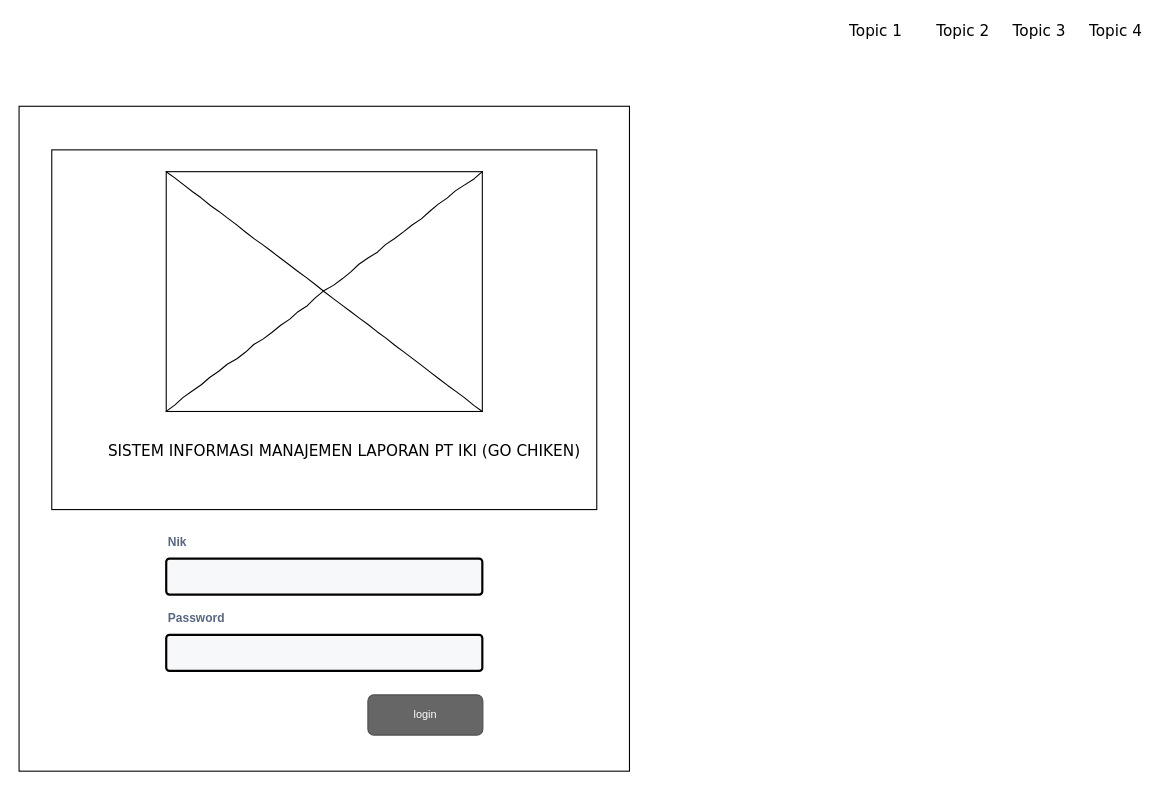
Above: diagram/rancangan_layar/rancangan_login.drawio in mqnoy/kakapeh (draw.io), before the change. Source tidied: cells renumbered, new cells numbered last; positions are measured from the earlier drawing's top-left corner, leaving out a move shared by most shapes. Both pictures are drawn from the tidied source at 109%, with x=0, y=0 at pixel (19, 19).
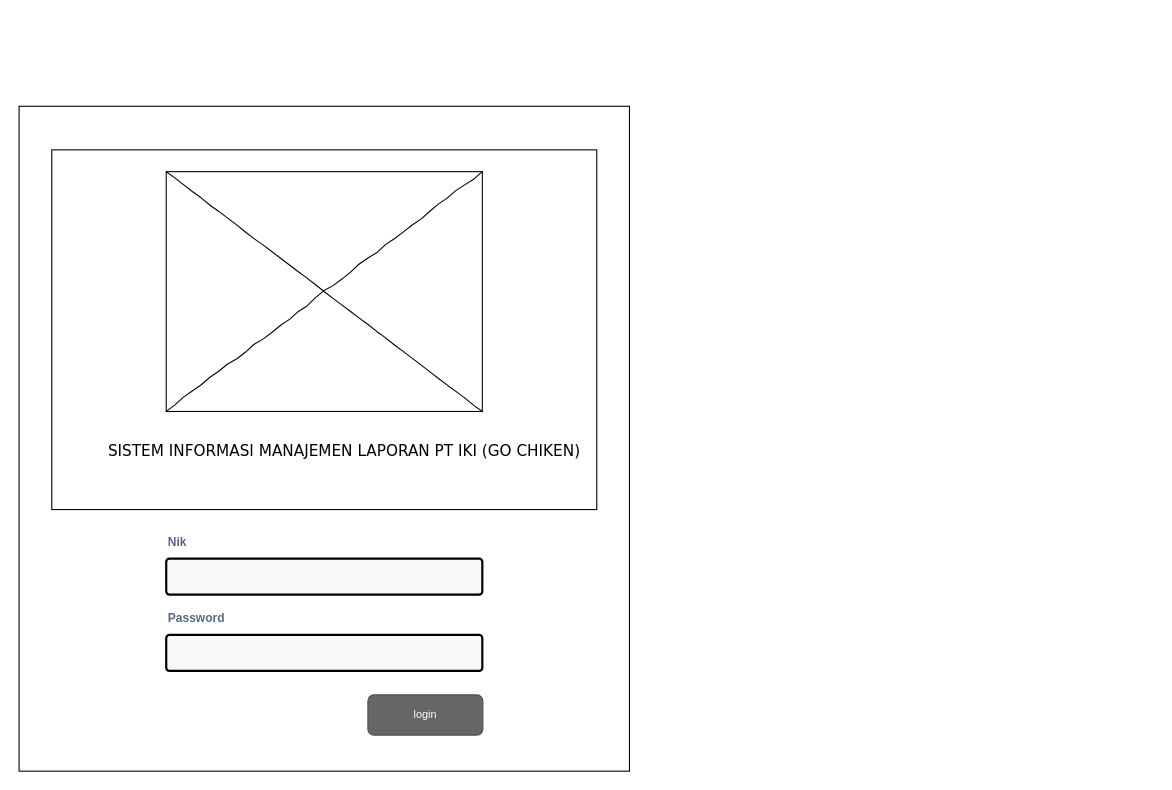
After the change.

What changed in the source:
```diff
@@
 <mxGraphModel background="#ffffff">
   <root>
     <mxCell id="0" />
     <mxCell id="1" parent="0" />
     <mxCell id="2" style="whiteSpace=wrap;html=1;rounded=0;shadow=0;labelBackgroundColor=none;strokeColor=#000000;strokeWidth=1;fillColor=none;fontFamily=Verdana;fontSize=12;fontColor=#000000;align=center;comic=0;" parent="1" vertex="1">
       <mxGeometry y="80" width="560" height="610" as="geometry" />
     </mxCell>
-    <mxCell id="3" value="Topic 1" style="text;html=1;align=left;verticalAlign=top;spacingTop=-4;fontSize=14;fontFamily=Verdana;" parent="1" vertex="1">
-      <mxGeometry x="760" width="60" height="20" as="geometry" />
-    </mxCell>
-    <mxCell id="4" value="Topic 2" style="text;html=1;align=left;verticalAlign=top;spacingTop=-4;fontSize=14;fontFamily=Verdana;" parent="1" vertex="1">
-      <mxGeometry x="840" width="60" height="20" as="geometry" />
-    </mxCell>
-    <mxCell id="5" value="Topic 3" style="text;html=1;align=left;verticalAlign=top;spacingTop=-4;fontSize=14;fontFamily=Verdana;" parent="1" vertex="1">
-      <mxGeometry x="910" width="60" height="20" as="geometry" />
-    </mxCell>
-    <mxCell id="6" value="Topic 4" style="text;html=1;align=left;verticalAlign=top;spacingTop=-4;fontSize=14;fontFamily=Verdana;" parent="1" vertex="1">
-      <mxGeometry x="980" width="60" height="20" as="geometry" />
-    </mxCell>
     <mxCell id="7" style="whiteSpace=wrap;html=1;rounded=0;shadow=0;labelBackgroundColor=none;strokeWidth=1;fillColor=none;fontFamily=Verdana;fontSize=12;align=center;comic=0;" parent="1" vertex="1">
       <mxGeometry x="30" y="120" width="500" height="330" as="geometry" />
     </mxCell>
     <mxCell id="8" value="SISTEM INFORMASI MANAJEMEN LAPORAN PT IKI (GO CHIKEN)" style="text;html=1;align=left;verticalAlign=top;spacingTop=-4;fontSize=14;fontFamily=Verdana;" parent="1" vertex="1">
       <mxGeometry x="80" y="385" width="420" height="20" as="geometry" />
     </mxCell>
     <mxCell id="9" style="verticalLabelPosition=bottom;shadow=0;dashed=0;align=center;html=1;verticalAlign=top;strokeWidth=1;shape=mxgraph.mockup.graphics.simpleIcon;strokeColor=#000000;rounded=0;labelBackgroundColor=none;fontFamily=Verdana;fontSize=14;fontColor=#000000;comic=1;" parent="1" vertex="1">
       <mxGeometry x="135" y="140" width="290" height="220" as="geometry" />
     </mxCell>
     <mxCell id="10" value="Nik" style="fillColor=none;strokeColor=none;html=1;fontSize=11;fontStyle=0;align=left;fontColor=#596780;fontStyle=1;fontSize=11;comic=0;" parent="1" vertex="1">
       <mxGeometry x="135" y="470" width="240" height="20" as="geometry" />
     </mxCell>
     <mxCell id="11" style="rounded=1;arcSize=9;fillColor=#F7F8F9;align=left;spacingLeft=5;strokeColor=#000000;html=1;strokeWidth=2;fontColor=#596780;fontSize=12;comic=0;" parent="1" vertex="1">
       <mxGeometry x="135" y="495" width="290" height="33" as="geometry" />
     </mxCell>
     <mxCell id="12" value="Password" style="fillColor=none;strokeColor=none;html=1;fontSize=11;fontStyle=0;align=left;fontColor=#596780;fontStyle=1;fontSize=11;comic=0;" parent="1" vertex="1">
       <mxGeometry x="135" y="540" width="240" height="20" as="geometry" />
     </mxCell>
     <mxCell id="13" style="rounded=1;arcSize=9;fillColor=#F7F8F9;align=left;spacingLeft=5;strokeColor=#000000;html=1;strokeWidth=2;fontColor=#596780;fontSize=12;comic=0;" parent="1" vertex="1">
       <mxGeometry x="135" y="565" width="290" height="33" as="geometry" />
     </mxCell>
     <mxCell id="14" value="login" style="rounded=1;html=1;shadow=0;dashed=0;whiteSpace=wrap;fontSize=10;fillColor=#666666;align=center;strokeColor=#4D4D4D;fontColor=#ffffff;comic=0;" parent="1" vertex="1">
       <mxGeometry x="320" y="620" width="105.5" height="36.9" as="geometry" />
     </mxCell>
   </root>
 </mxGraphModel>
```
